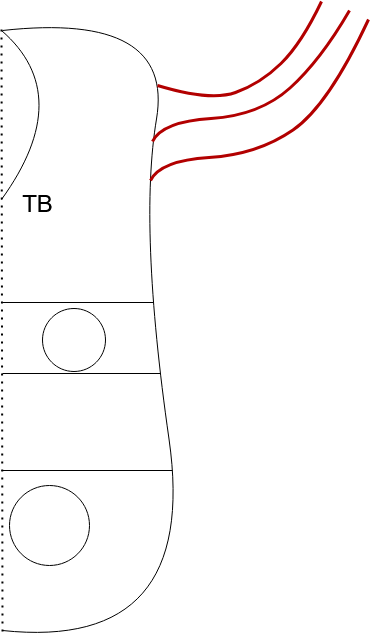
Above: Diagram bez tytułu6.png in adamski83/sklep (draw.io), before the change. Source tidied: cells renumbered, new cells last; positions are measured from the earlier drawing's top-left corner, leaving out a move shared by most shapes. Its diagram source:
```xml
<mxGraphModel>
  <root>
    <mxCell id="0" />
    <mxCell id="1" parent="0" />
    <mxCell id="2" style="endArrow=none;html=1;curved=1;" parent="1" edge="1">
      <mxGeometry relative="1" as="geometry">
        <mxPoint x="1" y="629" as="sourcePoint" />
        <mxPoint x="1" y="29" as="targetPoint" />
        <Array as="points">
          <mxPoint x="198" y="650" />
          <mxPoint x="137" y="225" />
          <mxPoint x="173" y="10" />
        </Array>
      </mxGeometry>
    </mxCell>
    <mxCell id="3" style="endArrow=none;dashed=1;html=1;dashPattern=1 3;strokeWidth=2;" parent="1" edge="1">
      <mxGeometry relative="1" as="geometry">
        <mxPoint x="1" y="630" as="sourcePoint" />
        <mxPoint y="28" as="targetPoint" />
      </mxGeometry>
    </mxCell>
    <mxCell id="4" style="endArrow=none;html=1;curved=1;fillColor=#e51400;strokeColor=#B20000;strokeWidth=3;" parent="1" edge="1">
      <mxGeometry relative="1" as="geometry">
        <mxPoint x="156" y="84" as="sourcePoint" />
        <mxPoint x="320" as="targetPoint" />
        <Array as="points">
          <mxPoint x="209" y="100" />
          <mxPoint x="259" y="82" />
          <mxPoint x="300" y="42" />
        </Array>
      </mxGeometry>
    </mxCell>
    <mxCell id="5" style="endArrow=none;html=1;curved=1;fillColor=#e51400;strokeColor=#B20000;strokeWidth=3;" parent="1" edge="1">
      <mxGeometry relative="1" as="geometry">
        <mxPoint x="149" y="179" as="sourcePoint" />
        <mxPoint x="367" y="18" as="targetPoint" />
        <Array as="points">
          <mxPoint x="159" y="159" />
          <mxPoint x="256" y="153" />
          <mxPoint x="327" y="104" />
        </Array>
      </mxGeometry>
    </mxCell>
    <mxCell id="6" style="ellipse;whiteSpace=wrap;html=1;fillColor=none;" parent="1" vertex="1">
      <mxGeometry x="41" y="307" width="63" height="63" as="geometry" />
    </mxCell>
    <mxCell id="7" style="ellipse;whiteSpace=wrap;html=1;fillColor=none;" parent="1" vertex="1">
      <mxGeometry x="8" y="484" width="80" height="80" as="geometry" />
    </mxCell>
    <mxCell id="8" style="endArrow=none;html=1;" parent="1" edge="1">
      <mxGeometry relative="1" as="geometry">
        <mxPoint y="469" as="sourcePoint" />
        <mxPoint x="171" y="469" as="targetPoint" />
      </mxGeometry>
    </mxCell>
    <mxCell id="9" style="endArrow=none;html=1;" parent="1" edge="1">
      <mxGeometry relative="1" as="geometry">
        <mxPoint x="1" y="301" as="sourcePoint" />
        <mxPoint x="152" y="301" as="targetPoint" />
      </mxGeometry>
    </mxCell>
    <mxCell id="10" style="endArrow=none;html=1;" parent="1" edge="1">
      <mxGeometry relative="1" as="geometry">
        <mxPoint x="1" y="372" as="sourcePoint" />
        <mxPoint x="159" y="372" as="targetPoint" />
      </mxGeometry>
    </mxCell>
    <mxCell id="11" style="endArrow=none;html=1;curved=1;" parent="1" edge="1">
      <mxGeometry relative="1" as="geometry">
        <mxPoint y="198" as="sourcePoint" />
        <mxPoint y="29" as="targetPoint" />
        <Array as="points">
          <mxPoint x="75" y="94" />
        </Array>
      </mxGeometry>
    </mxCell>
    <mxCell id="12" value="&lt;font style=&quot;font-size: 24px&quot;&gt;TB&lt;/font&gt;" style="text;html=1;align=center;verticalAlign=middle;" parent="1" vertex="1">
      <mxGeometry x="15" y="190" width="42" height="23" as="geometry" />
    </mxCell>
    <mxCell id="13" style="endArrow=none;html=1;curved=1;fillColor=#e51400;strokeColor=#B20000;strokeWidth=3;" parent="1" edge="1">
      <mxGeometry relative="1" as="geometry">
        <mxPoint x="151" y="140" as="sourcePoint" />
        <mxPoint x="348" y="9" as="targetPoint" />
        <Array as="points">
          <mxPoint x="161" y="120" />
          <mxPoint x="258" y="114" />
          <mxPoint x="319" y="59" />
        </Array>
      </mxGeometry>
    </mxCell>
  </root>
</mxGraphModel>
```
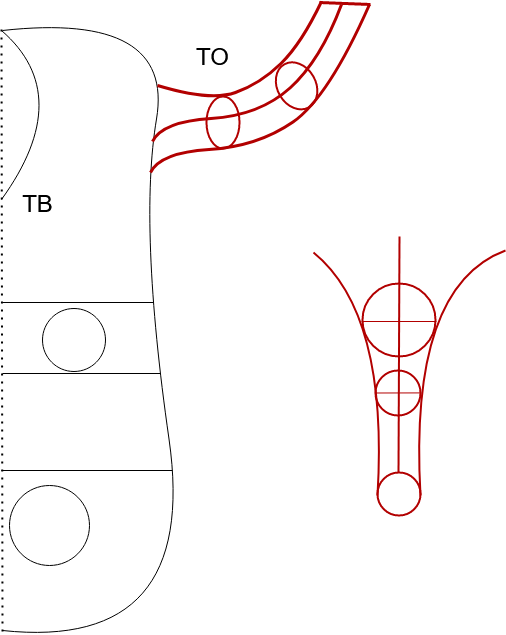
Later version of the same file.

The edit, as a diff of the source:
```diff
@@ -32,12 +32,12 @@
     </mxCell>
     <mxCell id="5" style="endArrow=none;html=1;curved=1;fillColor=#e51400;strokeColor=#B20000;strokeWidth=3;" parent="1" edge="1">
       <mxGeometry relative="1" as="geometry">
-        <mxPoint x="149" y="179" as="sourcePoint" />
-        <mxPoint x="367" y="18" as="targetPoint" />
+        <mxPoint x="149" y="171" as="sourcePoint" />
+        <mxPoint x="368" y="3" as="targetPoint" />
         <Array as="points">
-          <mxPoint x="159" y="159" />
-          <mxPoint x="256" y="153" />
-          <mxPoint x="327" y="104" />
+          <mxPoint x="159" y="151" />
+          <mxPoint x="256" y="145" />
+          <mxPoint x="327" y="96" />
         </Array>
       </mxGeometry>
     </mxCell>
@@ -80,7 +80,7 @@
     <mxCell id="13" style="endArrow=none;html=1;curved=1;fillColor=#e51400;strokeColor=#B20000;strokeWidth=3;" parent="1" edge="1">
       <mxGeometry relative="1" as="geometry">
         <mxPoint x="151" y="140" as="sourcePoint" />
-        <mxPoint x="348" y="9" as="targetPoint" />
+        <mxPoint x="340" y="3" as="targetPoint" />
         <Array as="points">
           <mxPoint x="161" y="120" />
           <mxPoint x="258" y="114" />
@@ -88,5 +88,64 @@
         </Array>
       </mxGeometry>
     </mxCell>
+    <mxCell id="14" style="ellipse;whiteSpace=wrap;html=1;strokeColor=#B20000;fontColor=#ffffff;fillColor=none;strokeWidth=2;" parent="1" vertex="1">
+      <mxGeometry x="205" y="95" width="33" height="52" as="geometry" />
+    </mxCell>
+    <mxCell id="15" style="ellipse;whiteSpace=wrap;html=1;strokeColor=#B20000;fontColor=#ffffff;fillColor=none;strokeWidth=2;rotation=-30;" parent="1" vertex="1">
+      <mxGeometry x="275.9" y="59.6" width="38.4" height="49.5" as="geometry" />
+    </mxCell>
+    <mxCell id="16" style="endArrow=none;html=1;strokeColor=#B20000;strokeWidth=3;fillColor=#e51400;" parent="1" edge="1">
+      <mxGeometry relative="1" as="geometry">
+        <mxPoint x="318" y="1" as="sourcePoint" />
+        <mxPoint x="369" y="3" as="targetPoint" />
+      </mxGeometry>
+    </mxCell>
+    <mxCell id="17" value="&lt;font style=&quot;font-size: 24px&quot;&gt;TO&lt;/font&gt;" style="text;html=1;align=center;verticalAlign=middle;" parent="1" vertex="1">
+      <mxGeometry x="189" y="43" width="44" height="23" as="geometry" />
+    </mxCell>
+    <mxCell id="18" style="endArrow=none;html=1;strokeColor=#B20000;strokeWidth=2;curved=1;fillColor=#e51400;" parent="1" edge="1">
+      <mxGeometry relative="1" as="geometry">
+        <mxPoint x="376" y="494" as="sourcePoint" />
+        <mxPoint x="312" y="251" as="targetPoint" />
+        <Array as="points">
+          <mxPoint x="387" y="312" />
+        </Array>
+      </mxGeometry>
+    </mxCell>
+    <mxCell id="19" style="endArrow=none;html=1;strokeColor=#B20000;strokeWidth=2;curved=1;fillColor=#e51400;" parent="1" edge="1">
+      <mxGeometry relative="1" as="geometry">
+        <mxPoint x="419" y="494" as="sourcePoint" />
+        <mxPoint x="504" y="249" as="targetPoint" />
+        <Array as="points">
+          <mxPoint x="407" y="285" />
+        </Array>
+      </mxGeometry>
+    </mxCell>
+    <mxCell id="20" style="ellipse;whiteSpace=wrap;html=1;strokeWidth=2;strokeColor=#B20000;fontColor=#ffffff;fillColor=none;" parent="1" vertex="1">
+      <mxGeometry x="376" y="471" width="43" height="43" as="geometry" />
+    </mxCell>
+    <mxCell id="21" style="ellipse;whiteSpace=wrap;html=1;strokeWidth=2;strokeColor=#B20000;fontColor=#ffffff;fillColor=none;" parent="1" vertex="1">
+      <mxGeometry x="374" y="369" width="45" height="45" as="geometry" />
+    </mxCell>
+    <mxCell id="22" style="ellipse;whiteSpace=wrap;html=1;strokeWidth=2;strokeColor=#B20000;fontColor=#ffffff;fillColor=none;" parent="1" vertex="1">
+      <mxGeometry x="361" y="282" width="73" height="73" as="geometry" />
+    </mxCell>
+    <mxCell id="23" style="endArrow=none;html=1;strokeColor=#B20000;strokeWidth=2;fillColor=#e51400;" parent="1" edge="1">
+      <mxGeometry relative="1" as="geometry">
+        <mxPoint x="397" y="471" as="sourcePoint" />
+        <mxPoint x="398" y="235" as="targetPoint" />
+      </mxGeometry>
+    </mxCell>
+    <mxCell id="24" style="endArrow=none;html=1;strokeColor=#B20000;strokeWidth=1;exitX=0;exitY=0.5;exitDx=0;exitDy=0;fillColor=#e51400;" parent="1" edge="1" source="21">
+      <mxGeometry relative="1" as="geometry">
+        <mxPoint x="419" y="391.4" as="targetPoint" />
+      </mxGeometry>
+    </mxCell>
+    <mxCell id="25" style="endArrow=none;html=1;strokeColor=#B20000;strokeWidth=1;fillColor=#e51400;" parent="1" edge="1">
+      <mxGeometry relative="1" as="geometry">
+        <mxPoint x="360" y="320" as="sourcePoint" />
+        <mxPoint x="435" y="320" as="targetPoint" />
+      </mxGeometry>
+    </mxCell>
   </root>
 </mxGraphModel>
```
